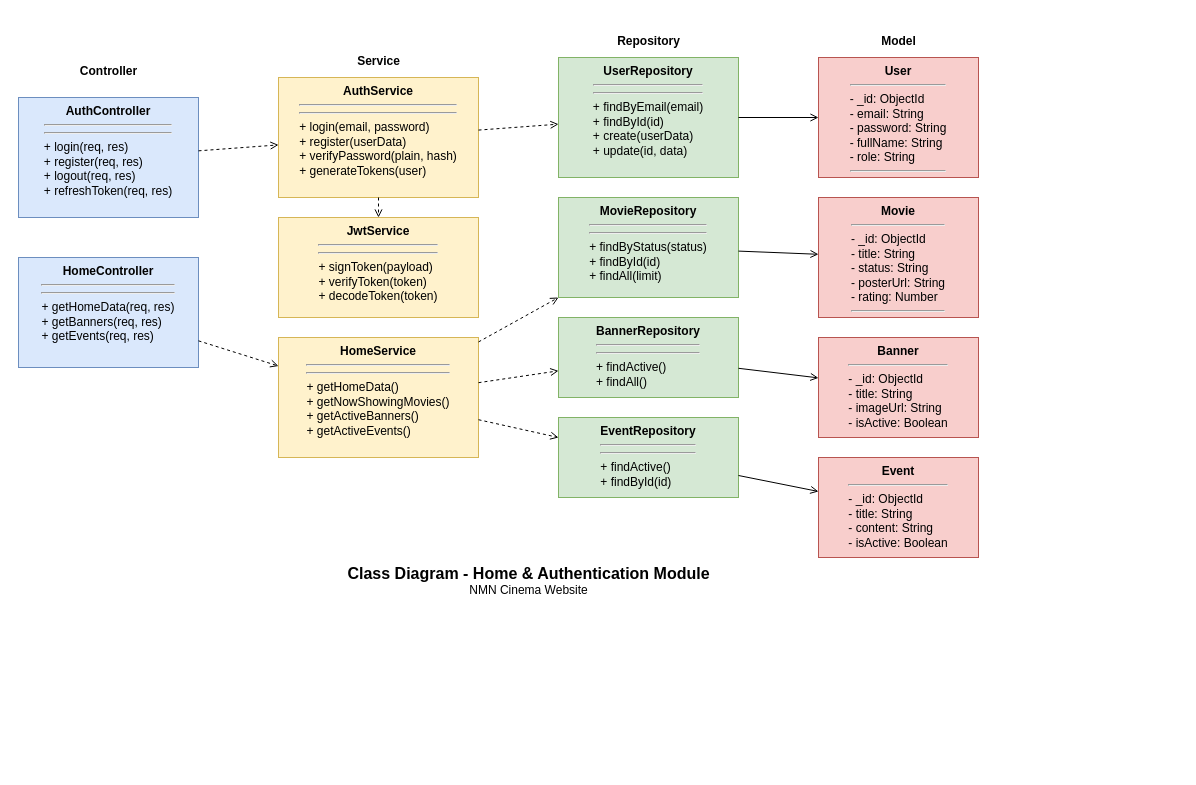
Earlier version of the draw.io diagram frontend/diagram/class-diagram.drawio (NguyenManhNinh/NMN-CENIMA). Source tidied: cells renumbered, new cells numbered last; positions are measured from the earlier drawing's top-left corner, leaving out a move shared by most shapes. Both pictures are drawn from the tidied source at 100%, with x=0, y=0 at pixel (18, 27).
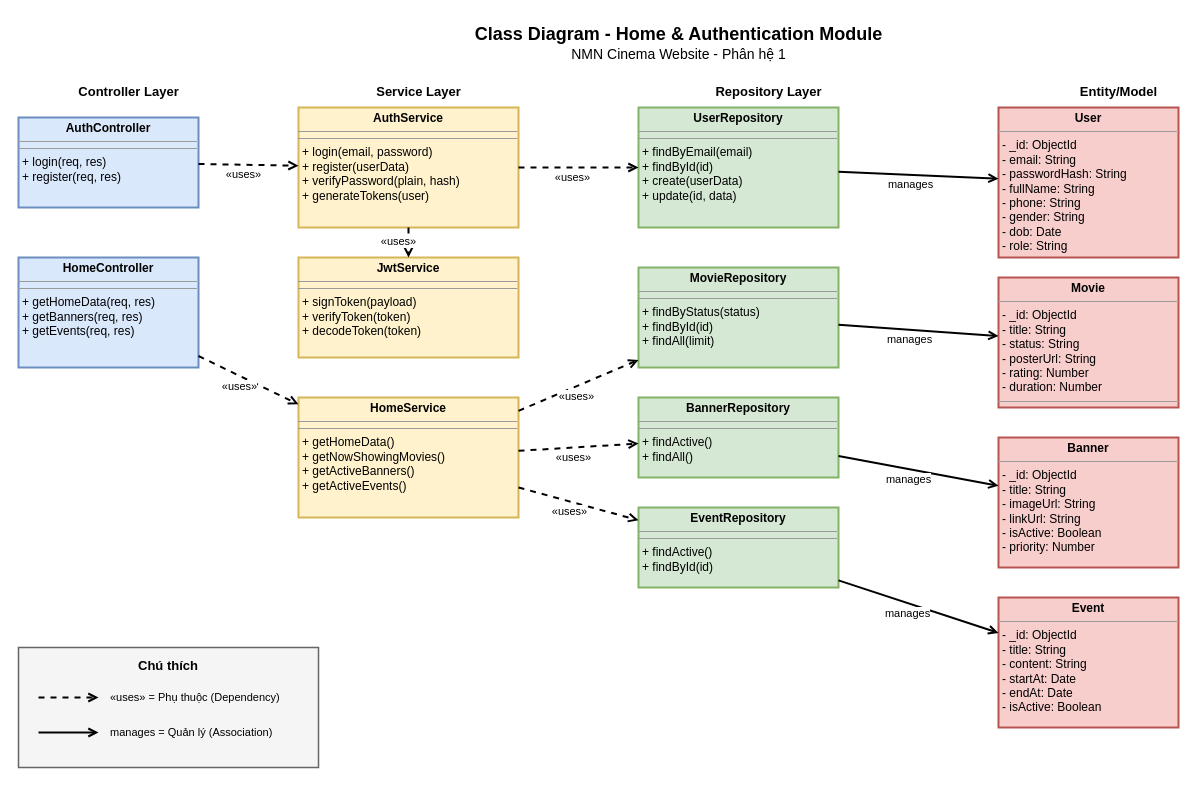
The same diagram, later.

What changed in the source:
```diff
@@
+    <mxCell id="30" value="&lt;font style='font-size:18px'&gt;&lt;b&gt;Class Diagram - Home &amp; Authentication Module&lt;/b&gt;&lt;/font&gt;&lt;br&gt;&lt;font style='font-size:14px'&gt;NMN Cinema Website - Phân hệ 1&lt;/font&gt;" style="text;html=1;strokeColor=none;fillColor=none;align=center;" parent="1" vertex="1">
+      <mxGeometry x="410" y="-10" width="500" height="50" as="geometry" />
+    </mxCell>
+    <mxCell id="31" value="&lt;b style='font-size:13px'&gt;Controller Layer&lt;/b&gt;" style="text;html=1;strokeColor=none;fillColor=none;align=center;" parent="1" vertex="1">
+      <mxGeometry x="50" y="50" width="120" height="25" as="geometry" />
+    </mxCell>
+    <mxCell id="32" value="&lt;b style='font-size:13px'&gt;Service Layer&lt;/b&gt;" style="text;html=1;strokeColor=none;fillColor=none;align=center;" parent="1" vertex="1">
+      <mxGeometry x="340" y="50" width="120" height="25" as="geometry" />
+    </mxCell>
+    <mxCell id="33" value="&lt;b style='font-size:13px'&gt;Repository Layer&lt;/b&gt;" style="text;html=1;strokeColor=none;fillColor=none;align=center;" parent="1" vertex="1">
+      <mxGeometry x="680" y="50" width="140" height="25" as="geometry" />
+    </mxCell>
+    <mxCell id="34" value="&lt;b style='font-size:13px'&gt;Entity/Model&lt;/b&gt;" style="text;html=1;strokeColor=none;fillColor=none;align=center;" parent="1" vertex="1">
+      <mxGeometry x="1040" y="50" width="120" height="25" as="geometry" />
+    </mxCell>
-    <mxCell id="2" value="&lt;b&gt;AuthController&lt;/b&gt;&lt;hr&gt;&lt;div align='left'&gt;&lt;/div&gt;&lt;hr&gt;&lt;div align='left'&gt;+ login(req, res)&lt;br&gt;+ register(req, res)&lt;br&gt;+ logout(req, res)&lt;br&gt;+ refreshToken(req, res)&lt;/div&gt;" style="rounded=0;whiteSpace=wrap;html=1;verticalAlign=top;fillColor=#dae8fc;strokeColor=#6c8ebf;" parent="1" vertex="1">
-      <mxGeometry y="70" width="180" height="120" as="geometry" />
+    <mxCell id="2" value="&lt;p style='margin:0px;margin-top:4px;text-align:center;'&gt;&lt;b&gt;AuthController&lt;/b&gt;&lt;/p&gt;&lt;hr size='1'/&gt;&lt;p style='margin:0px;margin-left:4px;'&gt;&lt;/p&gt;&lt;hr size='1'/&gt;&lt;p style='margin:0px;margin-left:4px;'&gt;+ login(req, res)&lt;br/&gt;+ register(req, res)&lt;/p&gt;" style="verticalAlign=top;align=left;overflow=fill;fontSize=12;fontFamily=Helvetica;html=1;fillColor=#dae8fc;strokeColor=#6c8ebf;strokeWidth=2;" parent="1" vertex="1">
+      <mxGeometry y="90" width="180" height="90" as="geometry" />
     </mxCell>
-    <mxCell id="3" value="&lt;b&gt;HomeController&lt;/b&gt;&lt;hr&gt;&lt;div align='left'&gt;&lt;/div&gt;&lt;hr&gt;&lt;div align='left'&gt;+ getHomeData(req, res)&lt;br&gt;+ getBanners(req, res)&lt;br&gt;+ getEvents(req, res)&lt;/div&gt;" style="rounded=0;whiteSpace=wrap;html=1;verticalAlign=top;fillColor=#dae8fc;strokeColor=#6c8ebf;" parent="1" vertex="1">
+    <mxCell id="3" value="&lt;p style='margin:0px;margin-top:4px;text-align:center;'&gt;&lt;b&gt;HomeController&lt;/b&gt;&lt;/p&gt;&lt;hr size='1'/&gt;&lt;p style='margin:0px;margin-left:4px;'&gt;&lt;/p&gt;&lt;hr size='1'/&gt;&lt;p style='margin:0px;margin-left:4px;'&gt;+ getHomeData(req, res)&lt;br/&gt;+ getBanners(req, res)&lt;br/&gt;+ getEvents(req, res)&lt;/p&gt;" style="verticalAlign=top;align=left;overflow=fill;fontSize=12;fontFamily=Helvetica;html=1;fillColor=#dae8fc;strokeColor=#6c8ebf;strokeWidth=2;" parent="1" vertex="1">
       <mxGeometry y="230" width="180" height="110" as="geometry" />
     </mxCell>
-    <mxCell id="4" value="&lt;b&gt;AuthService&lt;/b&gt;&lt;hr&gt;&lt;div align='left'&gt;&lt;/div&gt;&lt;hr&gt;&lt;div align='left'&gt;+ login(email, password)&lt;br&gt;+ register(userData)&lt;br&gt;+ verifyPassword(plain, hash)&lt;br&gt;+ generateTokens(user)&lt;/div&gt;" style="rounded=0;whiteSpace=wrap;html=1;verticalAlign=top;fillColor=#fff2cc;strokeColor=#d6b656;" parent="1" vertex="1">
-      <mxGeometry x="260" y="50" width="200" height="120" as="geometry" />
+    <mxCell id="4" value="&lt;p style='margin:0px;margin-top:4px;text-align:center;'&gt;&lt;b&gt;AuthService&lt;/b&gt;&lt;/p&gt;&lt;hr size='1'/&gt;&lt;p style='margin:0px;margin-left:4px;'&gt;&lt;/p&gt;&lt;hr size='1'/&gt;&lt;p style='margin:0px;margin-left:4px;'&gt;+ login(email, password)&lt;br/&gt;+ register(userData)&lt;br/&gt;+ verifyPassword(plain, hash)&lt;br/&gt;+ generateTokens(user)&lt;/p&gt;" style="verticalAlign=top;align=left;overflow=fill;fontSize=12;fontFamily=Helvetica;html=1;fillColor=#fff2cc;strokeColor=#d6b656;strokeWidth=2;" parent="1" vertex="1">
+      <mxGeometry x="280" y="80" width="220" height="120" as="geometry" />
     </mxCell>
-    <mxCell id="5" value="&lt;b&gt;JwtService&lt;/b&gt;&lt;hr&gt;&lt;div align='left'&gt;&lt;/div&gt;&lt;hr&gt;&lt;div align='left'&gt;+ signToken(payload)&lt;br&gt;+ verifyToken(token)&lt;br&gt;+ decodeToken(token)&lt;/div&gt;" style="rounded=0;whiteSpace=wrap;html=1;verticalAlign=top;fillColor=#fff2cc;strokeColor=#d6b656;" parent="1" vertex="1">
-      <mxGeometry x="260" y="190" width="200" height="100" as="geometry" />
+    <mxCell id="5" value="&lt;p style='margin:0px;margin-top:4px;text-align:center;'&gt;&lt;b&gt;JwtService&lt;/b&gt;&lt;/p&gt;&lt;hr size='1'/&gt;&lt;p style='margin:0px;margin-left:4px;'&gt;&lt;/p&gt;&lt;hr size='1'/&gt;&lt;p style='margin:0px;margin-left:4px;'&gt;+ signToken(payload)&lt;br/&gt;+ verifyToken(token)&lt;br/&gt;+ decodeToken(token)&lt;/p&gt;" style="verticalAlign=top;align=left;overflow=fill;fontSize=12;fontFamily=Helvetica;html=1;fillColor=#fff2cc;strokeColor=#d6b656;strokeWidth=2;" parent="1" vertex="1">
+      <mxGeometry x="280" y="230" width="220" height="100" as="geometry" />
     </mxCell>
-    <mxCell id="6" value="&lt;b&gt;HomeService&lt;/b&gt;&lt;hr&gt;&lt;div align='left'&gt;&lt;/div&gt;&lt;hr&gt;&lt;div align='left'&gt;+ getHomeData()&lt;br&gt;+ getNowShowingMovies()&lt;br&gt;+ getActiveBanners()&lt;br&gt;+ getActiveEvents()&lt;/div&gt;" style="rounded=0;whiteSpace=wrap;html=1;verticalAlign=top;fillColor=#fff2cc;strokeColor=#d6b656;" parent="1" vertex="1">
-      <mxGeometry x="260" y="310" width="200" height="120" as="geometry" />
+    <mxCell id="6" value="&lt;p style='margin:0px;margin-top:4px;text-align:center;'&gt;&lt;b&gt;HomeService&lt;/b&gt;&lt;/p&gt;&lt;hr size='1'/&gt;&lt;p style='margin:0px;margin-left:4px;'&gt;&lt;/p&gt;&lt;hr size='1'/&gt;&lt;p style='margin:0px;margin-left:4px;'&gt;+ getHomeData()&lt;br/&gt;+ getNowShowingMovies()&lt;br/&gt;+ getActiveBanners()&lt;br/&gt;+ getActiveEvents()&lt;/p&gt;" style="verticalAlign=top;align=left;overflow=fill;fontSize=12;fontFamily=Helvetica;html=1;fillColor=#fff2cc;strokeColor=#d6b656;strokeWidth=2;" parent="1" vertex="1">
+      <mxGeometry x="280" y="370" width="220" height="120" as="geometry" />
     </mxCell>
-    <mxCell id="7" value="&lt;b&gt;UserRepository&lt;/b&gt;&lt;hr&gt;&lt;div align='left'&gt;&lt;/div&gt;&lt;hr&gt;&lt;div align='left'&gt;+ findByEmail(email)&lt;br&gt;+ findById(id)&lt;br&gt;+ create(userData)&lt;br&gt;+ update(id, data)&lt;/div&gt;" style="rounded=0;whiteSpace=wrap;html=1;verticalAlign=top;fillColor=#d5e8d4;strokeColor=#82b366;" parent="1" vertex="1">
-      <mxGeometry x="540" y="30" width="180" height="120" as="geometry" />
+    <mxCell id="7" value="&lt;p style='margin:0px;margin-top:4px;text-align:center;'&gt;&lt;b&gt;UserRepository&lt;/b&gt;&lt;/p&gt;&lt;hr size='1'/&gt;&lt;p style='margin:0px;margin-left:4px;'&gt;&lt;/p&gt;&lt;hr size='1'/&gt;&lt;p style='margin:0px;margin-left:4px;'&gt;+ findByEmail(email)&lt;br/&gt;+ findById(id)&lt;br/&gt;+ create(userData)&lt;br/&gt;+ update(id, data)&lt;/p&gt;" style="verticalAlign=top;align=left;overflow=fill;fontSize=12;fontFamily=Helvetica;html=1;fillColor=#d5e8d4;strokeColor=#82b366;strokeWidth=2;" parent="1" vertex="1">
+      <mxGeometry x="620" y="80" width="200" height="120" as="geometry" />
     </mxCell>
-    <mxCell id="8" value="&lt;b&gt;MovieRepository&lt;/b&gt;&lt;hr&gt;&lt;div align='left'&gt;&lt;/div&gt;&lt;hr&gt;&lt;div align='left'&gt;+ findByStatus(status)&lt;br&gt;+ findById(id)&lt;br&gt;+ findAll(limit)&lt;/div&gt;" style="rounded=0;whiteSpace=wrap;html=1;verticalAlign=top;fillColor=#d5e8d4;strokeColor=#82b366;" parent="1" vertex="1">
-      <mxGeometry x="540" y="170" width="180" height="100" as="geometry" />
+    <mxCell id="8" value="&lt;p style='margin:0px;margin-top:4px;text-align:center;'&gt;&lt;b&gt;MovieRepository&lt;/b&gt;&lt;/p&gt;&lt;hr size='1'/&gt;&lt;p style='margin:0px;margin-left:4px;'&gt;&lt;/p&gt;&lt;hr size='1'/&gt;&lt;p style='margin:0px;margin-left:4px;'&gt;+ findByStatus(status)&lt;br/&gt;+ findById(id)&lt;br/&gt;+ findAll(limit)&lt;/p&gt;" style="verticalAlign=top;align=left;overflow=fill;fontSize=12;fontFamily=Helvetica;html=1;fillColor=#d5e8d4;strokeColor=#82b366;strokeWidth=2;" parent="1" vertex="1">
+      <mxGeometry x="620" y="240" width="200" height="100" as="geometry" />
     </mxCell>
-    <mxCell id="9" value="&lt;b&gt;BannerRepository&lt;/b&gt;&lt;hr&gt;&lt;div align='left'&gt;&lt;/div&gt;&lt;hr&gt;&lt;div align='left'&gt;+ findActive()&lt;br&gt;+ findAll()&lt;/div&gt;" style="rounded=0;whiteSpace=wrap;html=1;verticalAlign=top;fillColor=#d5e8d4;strokeColor=#82b366;" parent="1" vertex="1">
-      <mxGeometry x="540" y="290" width="180" height="80" as="geometry" />
+    <mxCell id="9" value="&lt;p style='margin:0px;margin-top:4px;text-align:center;'&gt;&lt;b&gt;BannerRepository&lt;/b&gt;&lt;/p&gt;&lt;hr size='1'/&gt;&lt;p style='margin:0px;margin-left:4px;'&gt;&lt;/p&gt;&lt;hr size='1'/&gt;&lt;p style='margin:0px;margin-left:4px;'&gt;+ findActive()&lt;br/&gt;+ findAll()&lt;/p&gt;" style="verticalAlign=top;align=left;overflow=fill;fontSize=12;fontFamily=Helvetica;html=1;fillColor=#d5e8d4;strokeColor=#82b366;strokeWidth=2;" parent="1" vertex="1">
+      <mxGeometry x="620" y="370" width="200" height="80" as="geometry" />
     </mxCell>
-    <mxCell id="10" value="&lt;b&gt;EventRepository&lt;/b&gt;&lt;hr&gt;&lt;div align='left'&gt;&lt;/div&gt;&lt;hr&gt;&lt;div align='left'&gt;+ findActive()&lt;br&gt;+ findById(id)&lt;/div&gt;" style="rounded=0;whiteSpace=wrap;html=1;verticalAlign=top;fillColor=#d5e8d4;strokeColor=#82b366;" parent="1" vertex="1">
-      <mxGeometry x="540" y="390" width="180" height="80" as="geometry" />
+    <mxCell id="10" value="&lt;p style='margin:0px;margin-top:4px;text-align:center;'&gt;&lt;b&gt;EventRepository&lt;/b&gt;&lt;/p&gt;&lt;hr size='1'/&gt;&lt;p style='margin:0px;margin-left:4px;'&gt;&lt;/p&gt;&lt;hr size='1'/&gt;&lt;p style='margin:0px;margin-left:4px;'&gt;+ findActive()&lt;br/&gt;+ findById(id)&lt;/p&gt;" style="verticalAlign=top;align=left;overflow=fill;fontSize=12;fontFamily=Helvetica;html=1;fillColor=#d5e8d4;strokeColor=#82b366;strokeWidth=2;" parent="1" vertex="1">
+      <mxGeometry x="620" y="480" width="200" height="80" as="geometry" />
     </mxCell>
-    <mxCell id="11" value="&lt;b&gt;User&lt;/b&gt;&lt;hr&gt;&lt;div align='left'&gt;- _id: ObjectId&lt;br&gt;- email: String&lt;br&gt;- password: String&lt;br&gt;- fullName: String&lt;br&gt;- role: String&lt;/div&gt;&lt;hr&gt;&lt;div align='left'&gt;&lt;/div&gt;" style="rounded=0;whiteSpace=wrap;html=1;verticalAlign=top;fillColor=#f8cecc;strokeColor=#b85450;" parent="1" vertex="1">
-      <mxGeometry x="800" y="30" width="160" height="120" as="geometry" />
+    <mxCell id="11" value="&lt;p style='margin:0px;margin-top:4px;text-align:center;'&gt;&lt;b&gt;User&lt;/b&gt;&lt;/p&gt;&lt;hr size='1'/&gt;&lt;p style='margin:0px;margin-left:4px;'&gt;- _id: ObjectId&lt;br/&gt;- email: String&lt;br/&gt;- passwordHash: String&lt;br/&gt;- fullName: String&lt;br/&gt;- phone: String&lt;br/&gt;- gender: String&lt;br/&gt;- dob: Date&lt;br/&gt;- role: String&lt;/p&gt;&lt;hr size='1'/&gt;&lt;p style='margin:0px;margin-left:4px;'&gt;&lt;/p&gt;" style="verticalAlign=top;align=left;overflow=fill;fontSize=12;fontFamily=Helvetica;html=1;fillColor=#f8cecc;strokeColor=#b85450;strokeWidth=2;" parent="1" vertex="1">
+      <mxGeometry x="980" y="80" width="180" height="150" as="geometry" />
     </mxCell>
-    <mxCell id="12" value="&lt;b&gt;Movie&lt;/b&gt;&lt;hr&gt;&lt;div align='left'&gt;- _id: ObjectId&lt;br&gt;- title: String&lt;br&gt;- status: String&lt;br&gt;- posterUrl: String&lt;br&gt;- rating: Number&lt;/div&gt;&lt;hr&gt;&lt;div align='left'&gt;&lt;/div&gt;" style="rounded=0;whiteSpace=wrap;html=1;verticalAlign=top;fillColor=#f8cecc;strokeColor=#b85450;" parent="1" vertex="1">
-      <mxGeometry x="800" y="170" width="160" height="120" as="geometry" />
+    <mxCell id="12" value="&lt;p style='margin:0px;margin-top:4px;text-align:center;'&gt;&lt;b&gt;Movie&lt;/b&gt;&lt;/p&gt;&lt;hr size='1'/&gt;&lt;p style='margin:0px;margin-left:4px;'&gt;- _id: ObjectId&lt;br/&gt;- title: String&lt;br/&gt;- status: String&lt;br/&gt;- posterUrl: String&lt;br/&gt;- rating: Number&lt;br/&gt;- duration: Number&lt;/p&gt;&lt;hr size='1'/&gt;&lt;p style='margin:0px;margin-left:4px;'&gt;&lt;/p&gt;" style="verticalAlign=top;align=left;overflow=fill;fontSize=12;fontFamily=Helvetica;html=1;fillColor=#f8cecc;strokeColor=#b85450;strokeWidth=2;" parent="1" vertex="1">
+      <mxGeometry x="980" y="250" width="180" height="130" as="geometry" />
     </mxCell>
-    <mxCell id="13" value="&lt;b&gt;Banner&lt;/b&gt;&lt;hr&gt;&lt;div align='left'&gt;- _id: ObjectId&lt;br&gt;- title: String&lt;br&gt;- imageUrl: String&lt;br&gt;- isActive: Boolean&lt;/div&gt;" style="rounded=0;whiteSpace=wrap;html=1;verticalAlign=top;fillColor=#f8cecc;strokeColor=#b85450;" parent="1" vertex="1">
-      <mxGeometry x="800" y="310" width="160" height="100" as="geometry" />
+    <mxCell id="13" value="&lt;p style='margin:0px;margin-top:4px;text-align:center;'&gt;&lt;b&gt;Banner&lt;/b&gt;&lt;/p&gt;&lt;hr size='1'/&gt;&lt;p style='margin:0px;margin-left:4px;'&gt;- _id: ObjectId&lt;br/&gt;- title: String&lt;br/&gt;- imageUrl: String&lt;br/&gt;- linkUrl: String&lt;br/&gt;- isActive: Boolean&lt;br/&gt;- priority: Number&lt;/p&gt;" style="verticalAlign=top;align=left;overflow=fill;fontSize=12;fontFamily=Helvetica;html=1;fillColor=#f8cecc;strokeColor=#b85450;strokeWidth=2;" parent="1" vertex="1">
+      <mxGeometry x="980" y="410" width="180" height="130" as="geometry" />
     </mxCell>
-    <mxCell id="14" value="&lt;b&gt;Event&lt;/b&gt;&lt;hr&gt;&lt;div align='left'&gt;- _id: ObjectId&lt;br&gt;- title: String&lt;br&gt;- content: String&lt;br&gt;- isActive: Boolean&lt;/div&gt;" style="rounded=0;whiteSpace=wrap;html=1;verticalAlign=top;fillColor=#f8cecc;strokeColor=#b85450;" parent="1" vertex="1">
-      <mxGeometry x="800" y="430" width="160" height="100" as="geometry" />
+    <mxCell id="14" value="&lt;p style='margin:0px;margin-top:4px;text-align:center;'&gt;&lt;b&gt;Event&lt;/b&gt;&lt;/p&gt;&lt;hr size='1'/&gt;&lt;p style='margin:0px;margin-left:4px;'&gt;- _id: ObjectId&lt;br/&gt;- title: String&lt;br/&gt;- content: String&lt;br/&gt;- startAt: Date&lt;br/&gt;- endAt: Date&lt;br/&gt;- isActive: Boolean&lt;/p&gt;" style="verticalAlign=top;align=left;overflow=fill;fontSize=12;fontFamily=Helvetica;html=1;fillColor=#f8cecc;strokeColor=#b85450;strokeWidth=2;" parent="1" vertex="1">
+      <mxGeometry x="980" y="570" width="180" height="130" as="geometry" />
     </mxCell>
-    <mxCell id="15" style="endArrow=open;endFill=0;dashed=1;html=1;" parent="1" edge="1" source="2" target="4">
-      <mxGeometry relative="1" as="geometry" />
+    <mxCell id="15" value="«uses»" style="endArrow=open;endFill=0;dashed=1;html=1;strokeWidth=2;fontSize=11;" parent="1" edge="1" source="2" target="4">
+      <mxGeometry x="-0.1" y="-10" relative="1" as="geometry" />
     </mxCell>
-    <mxCell id="16" style="endArrow=open;endFill=0;dashed=1;html=1;" parent="1" edge="1" source="3" target="6">
-      <mxGeometry relative="1" as="geometry" />
+    <mxCell id="16" value="«uses»" style="endArrow=open;endFill=0;dashed=1;html=1;strokeWidth=2;fontSize=11;" parent="1" edge="1" source="3" target="6">
+      <mxGeometry x="-0.1" y="-10" relative="1" as="geometry" />
     </mxCell>
-    <mxCell id="17" style="endArrow=open;endFill=0;dashed=1;html=1;" parent="1" edge="1" source="4" target="5">
-      <mxGeometry relative="1" as="geometry" />
+    <mxCell id="17" value="«uses»" style="endArrow=open;endFill=0;dashed=1;html=1;strokeWidth=2;fontSize=11;" parent="1" edge="1" source="4" target="5">
+      <mxGeometry x="-0.1" y="-10" relative="1" as="geometry" />
     </mxCell>
-    <mxCell id="18" style="endArrow=open;endFill=0;dashed=1;html=1;" parent="1" edge="1" source="4" target="7">
-      <mxGeometry relative="1" as="geometry" />
+    <mxCell id="18" value="«uses»" style="endArrow=open;endFill=0;dashed=1;html=1;strokeWidth=2;fontSize=11;" parent="1" edge="1" source="4" target="7">
+      <mxGeometry x="-0.1" y="-10" relative="1" as="geometry" />
     </mxCell>
-    <mxCell id="19" style="endArrow=open;endFill=0;dashed=1;html=1;" parent="1" edge="1" source="6" target="8">
-      <mxGeometry relative="1" as="geometry" />
+    <mxCell id="19" value="«uses»" style="endArrow=open;endFill=0;dashed=1;html=1;strokeWidth=2;fontSize=11;" parent="1" edge="1" source="6" target="8">
+      <mxGeometry x="-0.1" y="-10" relative="1" as="geometry" />
     </mxCell>
-    <mxCell id="20" style="endArrow=open;endFill=0;dashed=1;html=1;" parent="1" edge="1" source="6" target="9">
-      <mxGeometry relative="1" as="geometry" />
+    <mxCell id="20" value="«uses»" style="endArrow=open;endFill=0;dashed=1;html=1;strokeWidth=2;fontSize=11;" parent="1" edge="1" source="6" target="9">
+      <mxGeometry x="-0.1" y="-10" relative="1" as="geometry" />
     </mxCell>
-    <mxCell id="21" style="endArrow=open;endFill=0;dashed=1;html=1;" parent="1" edge="1" source="6" target="10">
-      <mxGeometry relative="1" as="geometry" />
+    <mxCell id="21" value="«uses»" style="endArrow=open;endFill=0;dashed=1;html=1;strokeWidth=2;fontSize=11;" parent="1" edge="1" source="6" target="10">
+      <mxGeometry x="-0.1" y="-10" relative="1" as="geometry" />
     </mxCell>
-    <mxCell id="22" style="endArrow=open;endFill=0;html=1;" parent="1" edge="1" source="7" target="11">
-      <mxGeometry relative="1" as="geometry" />
+    <mxCell id="22" value="manages" style="endArrow=open;endFill=0;html=1;strokeWidth=2;fontSize=11;" parent="1" edge="1" source="7" target="11">
+      <mxGeometry x="-0.1" y="-10" relative="1" as="geometry" />
     </mxCell>
-    <mxCell id="23" style="endArrow=open;endFill=0;html=1;" parent="1" edge="1" source="8" target="12">
-      <mxGeometry relative="1" as="geometry" />
+    <mxCell id="23" value="manages" style="endArrow=open;endFill=0;html=1;strokeWidth=2;fontSize=11;" parent="1" edge="1" source="8" target="12">
+      <mxGeometry x="-0.1" y="-10" relative="1" as="geometry" />
     </mxCell>
-    <mxCell id="24" style="endArrow=open;endFill=0;html=1;" parent="1" edge="1" source="9" target="13">
-      <mxGeometry relative="1" as="geometry" />
+    <mxCell id="24" value="manages" style="endArrow=open;endFill=0;html=1;strokeWidth=2;fontSize=11;" parent="1" edge="1" source="9" target="13">
+      <mxGeometry x="-0.1" y="-10" relative="1" as="geometry" />
     </mxCell>
-    <mxCell id="25" style="endArrow=open;endFill=0;html=1;" parent="1" edge="1" source="10" target="14">
-      <mxGeometry relative="1" as="geometry" />
+    <mxCell id="25" value="manages" style="endArrow=open;endFill=0;html=1;strokeWidth=2;fontSize=11;" parent="1" edge="1" source="10" target="14">
+      <mxGeometry x="-0.1" y="-10" relative="1" as="geometry" />
     </mxCell>
-    <mxCell id="26" value="&lt;b&gt;Controller&lt;/b&gt;" style="text;html=1;strokeColor=none;fillColor=none;align=center;" parent="1" vertex="1">
-      <mxGeometry x="50" y="30" width="80" height="20" as="geometry" />
-    </mxCell>
-    <mxCell id="27" value="&lt;b&gt;Service&lt;/b&gt;" style="text;html=1;strokeColor=none;fillColor=none;align=center;" parent="1" vertex="1">
-      <mxGeometry x="320" y="20" width="80" height="20" as="geometry" />
-    </mxCell>
-    <mxCell id="28" value="&lt;b&gt;Repository&lt;/b&gt;" style="text;html=1;strokeColor=none;fillColor=none;align=center;" parent="1" vertex="1">
-      <mxGeometry x="590" width="80" height="20" as="geometry" />
-    </mxCell>
-    <mxCell id="29" value="&lt;b&gt;Model&lt;/b&gt;" style="text;html=1;strokeColor=none;fillColor=none;align=center;" parent="1" vertex="1">
-      <mxGeometry x="850" width="60" height="20" as="geometry" />
-    </mxCell>
-    <mxCell id="30" value="&lt;font style='font-size:16px'&gt;&lt;b&gt;Class Diagram - Home &amp; Authentication Module&lt;/b&gt;&lt;/font&gt;&lt;br&gt;NMN Cinema Website" style="text;html=1;strokeColor=none;fillColor=none;align=center;" parent="1" vertex="1">
-      <mxGeometry x="360" y="530" width="300" height="40" as="geometry" />
-    </mxCell>
+    <mxCell id="35" style="rounded=0;whiteSpace=wrap;html=1;fillColor=#f5f5f5;strokeColor=#666666;strokeWidth=1.5;" parent="1" vertex="1">
+      <mxGeometry y="620" width="300" height="120" as="geometry" />
+    </mxCell>
+    <mxCell id="36" value="&lt;b&gt;Chú thích&lt;/b&gt;" style="text;html=1;strokeColor=none;fillColor=none;align=center;verticalAlign=middle;whiteSpace=wrap;rounded=0;fontSize=13;" parent="1" vertex="1">
+      <mxGeometry y="625" width="300" height="25" as="geometry" />
+    </mxCell>
+    <mxCell id="37" style="endArrow=open;endFill=0;dashed=1;html=1;strokeWidth=2;" parent="1" edge="1">
+      <mxGeometry relative="1" as="geometry">
+        <mxPoint x="20" y="670" as="sourcePoint" />
+        <mxPoint x="80" y="670" as="targetPoint" />
+      </mxGeometry>
+    </mxCell>
+    <mxCell id="38" value="«uses» = Phụ thuộc (Dependency)" style="text;html=1;strokeColor=none;fillColor=none;align=left;verticalAlign=middle;whiteSpace=wrap;rounded=0;fontSize=11;" parent="1" vertex="1">
+      <mxGeometry x="90" y="660" width="200" height="20" as="geometry" />
+    </mxCell>
+    <mxCell id="39" style="endArrow=open;endFill=0;html=1;strokeWidth=2;" parent="1" edge="1">
+      <mxGeometry relative="1" as="geometry">
+        <mxPoint x="20" y="705" as="sourcePoint" />
+        <mxPoint x="80" y="705" as="targetPoint" />
+      </mxGeometry>
+    </mxCell>
+    <mxCell id="40" value="manages = Quản lý (Association)" style="text;html=1;strokeColor=none;fillColor=none;align=left;verticalAlign=middle;whiteSpace=wrap;rounded=0;fontSize=11;" parent="1" vertex="1">
+      <mxGeometry x="90" y="695" width="200" height="20" as="geometry" />
+    </mxCell>
```
